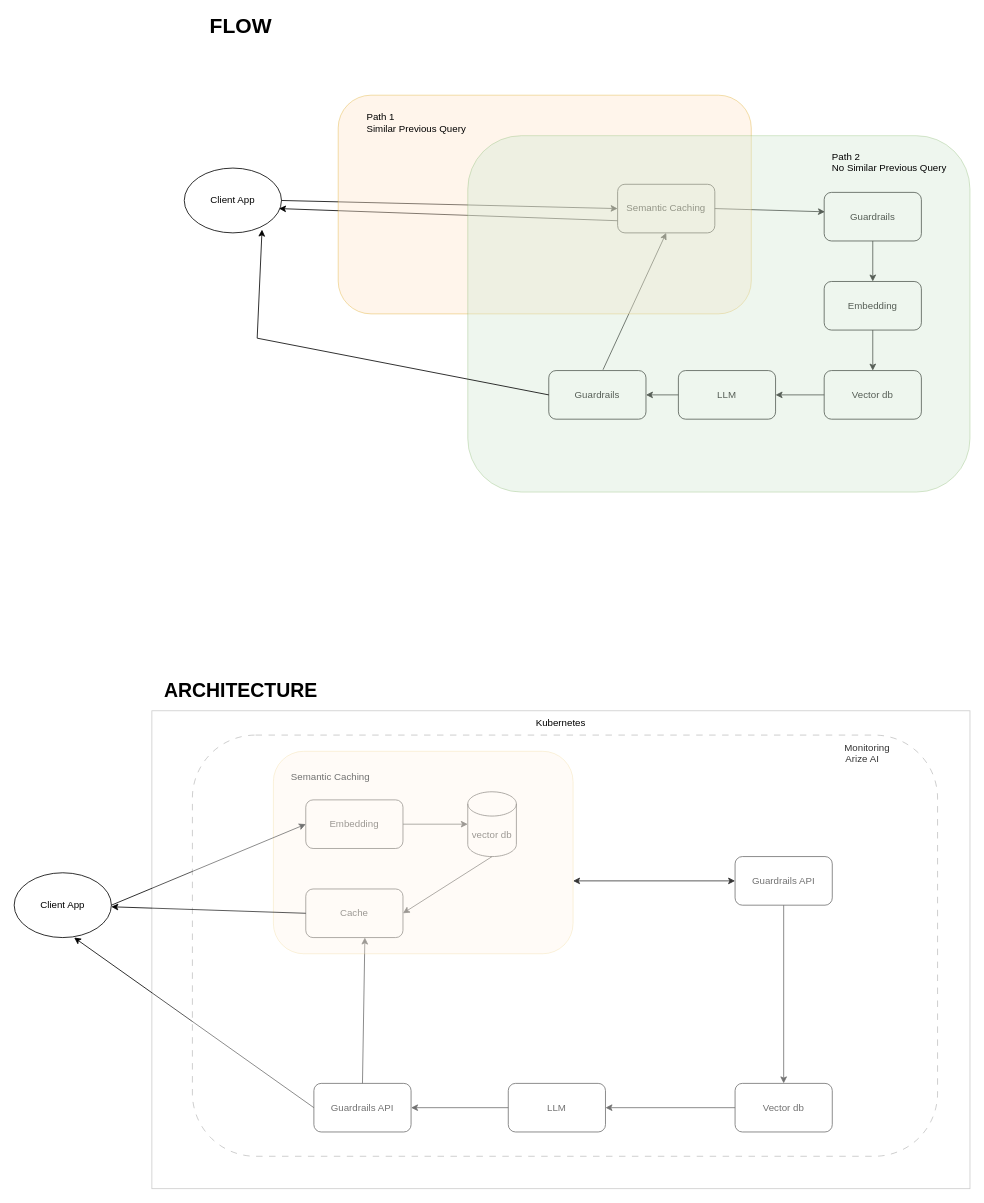
scotsditch/ScotShieldsWorkSamples keeps this draw.io diagram as architectures/AI_platform/RAG_microservice.drawio. Above is the earlier version. Source tidied: cells renumbered, new cells numbered last; positions are measured from the earlier drawing's top-left corner, leaving out a move shared by most shapes. Both pictures are drawn from the tidied source at 81%, with x=0, y=0 at pixel (14, 14).
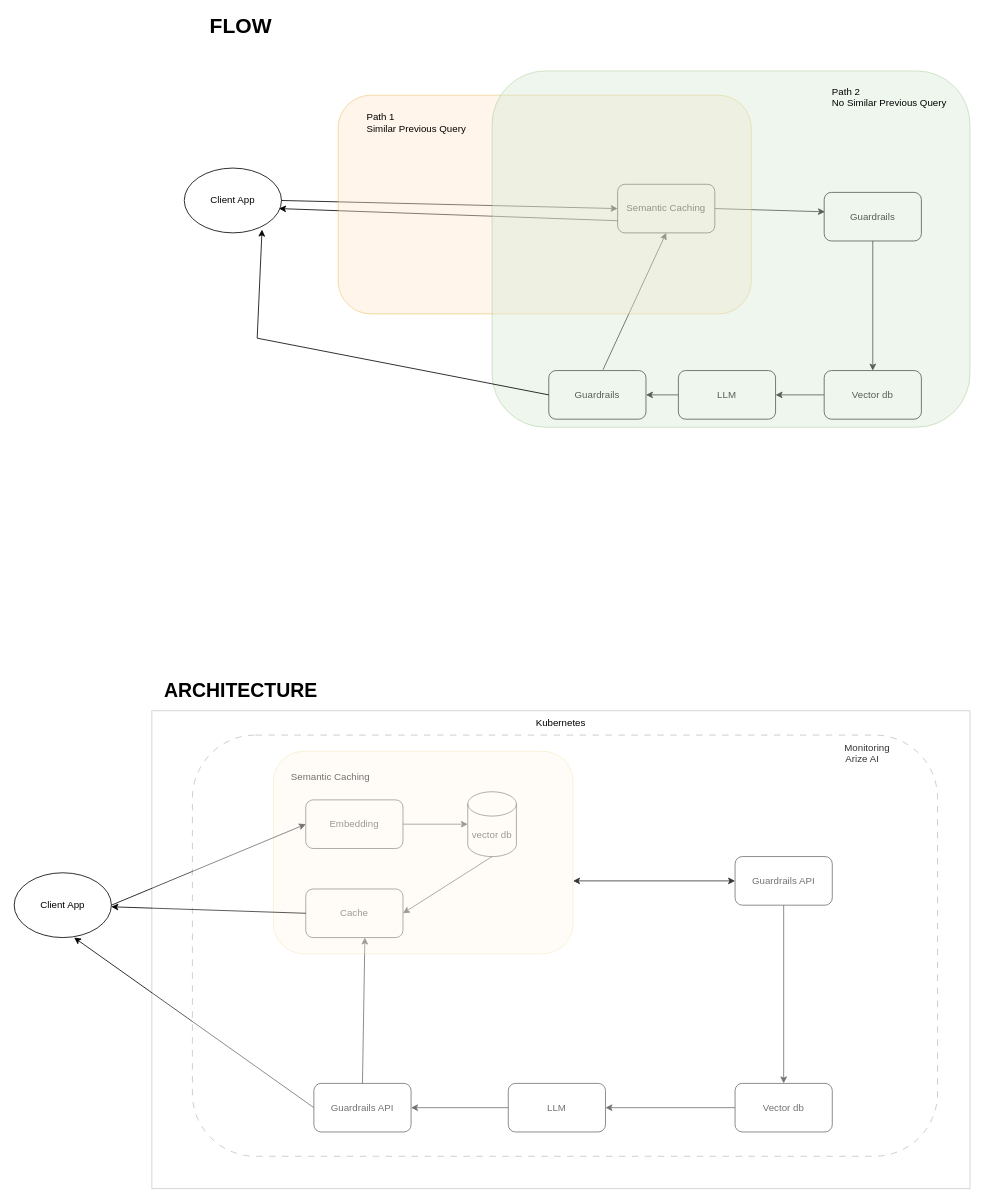
After the change.

The change refers to these unchanged cells:
```xml
<mxCell id="3" value="Guardrails" style="rounded=1;whiteSpace=wrap;html=1;" parent="1" vertex="1">
  <mxGeometry x="1000" y="220" width="120" height="60" as="geometry" />
</mxCell>
<mxCell id="4" value="Vector db" style="rounded=1;whiteSpace=wrap;html=1;" parent="1" vertex="1">
  <mxGeometry x="1000" y="440" width="120" height="60" as="geometry" />
</mxCell>
```

Diff of the diagram source:
```diff
@@
-    <mxCell id="6" value="Embedding" style="rounded=1;whiteSpace=wrap;html=1;" parent="1" vertex="1">
-      <mxGeometry x="1000" y="330" width="120" height="60" as="geometry" />
-    </mxCell>
@@
-    <mxCell id="12" style="endArrow=classic;html=1;rounded=0;exitX=0.5;exitY=1;exitDx=0;exitDy=0;entryX=0.5;entryY=0;entryDx=0;entryDy=0;" parent="1" edge="1" source="3" target="6">
+    <mxCell id="12" style="endArrow=classic;html=1;rounded=0;exitX=0.5;exitY=1;exitDx=0;exitDy=0;entryX=0.5;entryY=0;entryDx=0;entryDy=0;" parent="1" edge="1" source="3" target="4">
       <mxGeometry relative="1" as="geometry" />
     </mxCell>
-    <mxCell id="13" style="endArrow=classic;html=1;rounded=0;exitX=0.5;exitY=1;exitDx=0;exitDy=0;entryX=0.5;entryY=0;entryDx=0;entryDy=0;" parent="1" edge="1" source="6" target="4">
-      <mxGeometry relative="1" as="geometry" />
-    </mxCell>
@@
     <mxCell id="18" value="&lt;div&gt;&amp;nbsp; &amp;nbsp; &amp;nbsp; &amp;nbsp; &amp;nbsp;&amp;nbsp;&lt;/div&gt;&lt;div&gt;&lt;br&gt;&lt;/div&gt;&lt;div&gt;&amp;nbsp; &amp;nbsp; &amp;nbsp; &amp;nbsp;Path 2&amp;nbsp; &amp;nbsp; &amp;nbsp; &amp;nbsp; &amp;nbsp; &amp;nbsp; &amp;nbsp; &amp;nbsp; &amp;nbsp; &amp;nbsp; &amp;nbsp; &amp;nbsp; &amp;nbsp; &amp;nbsp; &amp;nbsp; &amp;nbsp; &amp;nbsp; &amp;nbsp; &amp;nbsp; &amp;nbsp;&amp;nbsp;&lt;/div&gt;&lt;div&gt;&amp;nbsp; &amp;nbsp; &amp;nbsp; No Similar Previous Query&amp;nbsp; &amp;nbsp; &amp;nbsp; &amp;nbsp;&amp;nbsp;&lt;/div&gt;&lt;div&gt;&lt;br&gt;&lt;/div&gt;&lt;div&gt;&lt;br&gt;&lt;/div&gt;&lt;div&gt;&lt;br&gt;&lt;/div&gt;&lt;div&gt;&lt;br&gt;&lt;/div&gt;&lt;div&gt;&lt;br&gt;&lt;/div&gt;&lt;div&gt;&lt;br&gt;&lt;/div&gt;&lt;div&gt;&lt;br&gt;&lt;/div&gt;&lt;div&gt;&lt;br&gt;&lt;/div&gt;&lt;div&gt;&lt;br&gt;&lt;/div&gt;&lt;div&gt;&lt;br&gt;&lt;/div&gt;&lt;div&gt;&lt;br&gt;&lt;/div&gt;&lt;div&gt;&amp;nbsp;&amp;nbsp;&lt;/div&gt;&lt;div&gt;&lt;br&gt;&lt;/div&gt;&lt;div&gt;&lt;br&gt;&lt;/div&gt;&lt;div&gt;&lt;br&gt;&lt;/div&gt;&lt;div&gt;&lt;br&gt;&lt;/div&gt;&lt;div&gt;&lt;br&gt;&lt;/div&gt;&lt;div&gt;&lt;br&gt;&lt;/div&gt;&lt;div&gt;&lt;br&gt;&lt;/div&gt;&lt;div&gt;&lt;br&gt;&lt;/div&gt;&lt;div&gt;&lt;br&gt;&lt;/div&gt;&lt;div&gt;&lt;br&gt;&lt;/div&gt;&lt;div&gt;&lt;br&gt;&lt;/div&gt;&lt;div&gt;&lt;br&gt;&lt;/div&gt;&lt;div&gt;&lt;br&gt;&lt;/div&gt;&lt;div&gt;&lt;br&gt;&lt;/div&gt;&lt;div&gt;&lt;br&gt;&lt;/div&gt;&lt;div&gt;&lt;br&gt;&lt;/div&gt;" style="rounded=1;whiteSpace=wrap;html=1;align=right;opacity=40;fillColor=#d5e8d4;strokeColor=#82b366;" parent="1" vertex="1">
-      <mxGeometry x="560" y="150" width="620" height="440" as="geometry" />
+      <mxGeometry x="590" y="70" width="590" height="440" as="geometry" />
     </mxCell>
```
